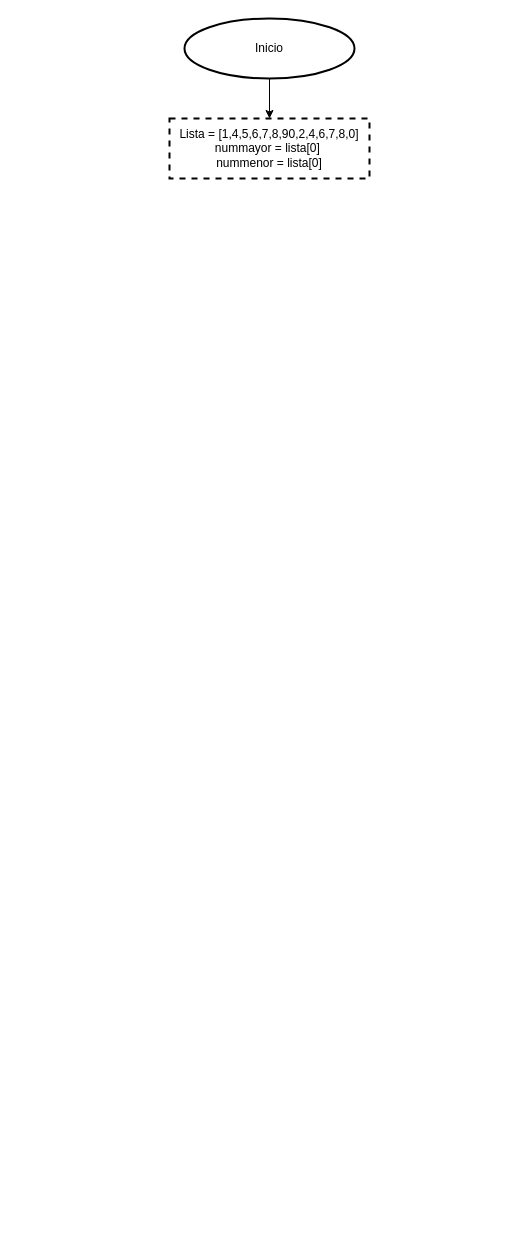
The draw.io diagram Máximo y Mínimo.drawio in Zapta123/Metodolog-a-de-la-programaci-n-, before the edit. Source tidied: cells renumbered, new cells numbered last; positions are measured from the earlier drawing's top-left corner, leaving out a move shared by most shapes. Both pictures are drawn from the tidied source at 100%, with x=0, y=0 at pixel (169, 18).
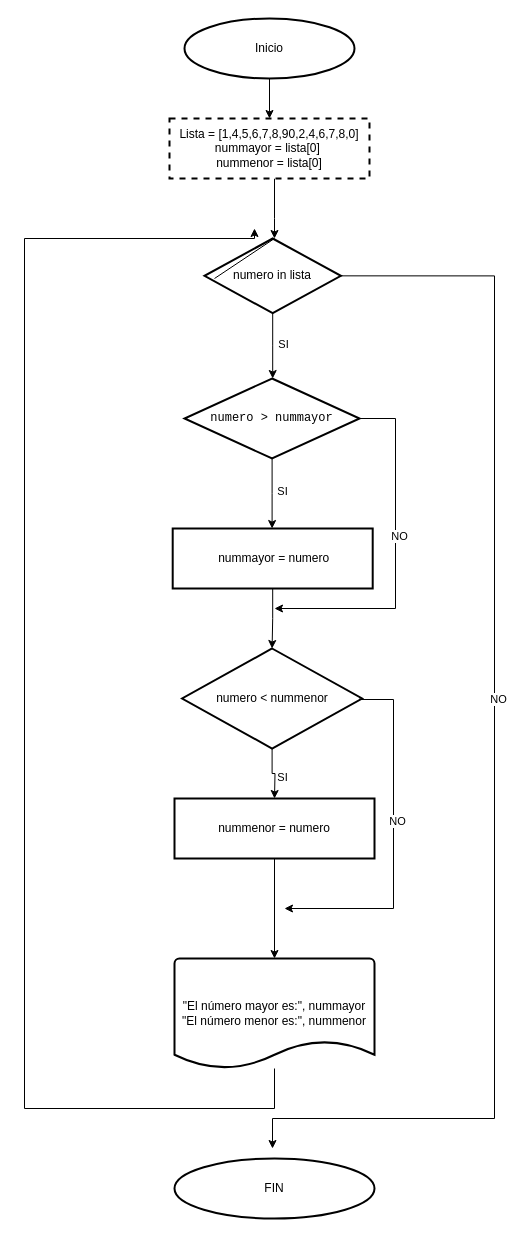
After the change.

Unchanged cells that the change refers to:
```xml
<mxCell id="4" value="Lista = [1,4,5,6,7,8,90,2,4,6,7,8,0]&lt;div&gt;nummayor = lista[0]&amp;nbsp;&lt;/div&gt;&lt;div&gt;nummenor = lista[0]&lt;/div&gt;" style="rounded=1;whiteSpace=wrap;html=1;absoluteArcSize=1;arcSize=0;strokeWidth=2;dashed=1;" parent="1" vertex="1">
  <mxGeometry y="100" width="200" height="60" as="geometry" />
</mxCell>
```

Change to the diagram source:
```diff
@@
+    <mxCell id="5" style="edgeStyle=orthogonalEdgeStyle;rounded=0;jettySize=auto;html=1;" parent="1" edge="1" source="4" target="9">
+      <mxGeometry relative="1" as="geometry">
+        <Array as="points">
+          <mxPoint x="105" y="200" />
+          <mxPoint x="105" y="200" />
+        </Array>
+      </mxGeometry>
+    </mxCell>
@@
+    <mxCell id="6" style="edgeStyle=orthogonalEdgeStyle;rounded=0;jettySize=auto;html=1;" parent="1" edge="1" source="9">
+      <mxGeometry relative="1" as="geometry">
+        <mxPoint x="103.2" y="360" as="targetPoint" />
+      </mxGeometry>
+    </mxCell>
+    <mxCell id="7" value="SI" style="edgeLabel;html=1;align=center;verticalAlign=middle;" parent="6" vertex="1">
+      <mxGeometry x="-0.57" y="-2" relative="1" as="geometry">
+        <mxPoint x="12" y="17" as="offset" />
+      </mxGeometry>
+    </mxCell>
+    <mxCell id="8" style="edgeStyle=orthogonalEdgeStyle;rounded=0;jettySize=auto;html=1;exitX=1;exitY=0.5;exitDx=0;exitDy=0;exitPerimeter=0;" parent="1" edge="1" source="9">
+      <mxGeometry relative="1" as="geometry">
+        <mxPoint x="171.4" y="257.3" as="targetPoint" />
+      </mxGeometry>
+    </mxCell>
+    <mxCell id="9" value="numero in lista" style="strokeWidth=2;html=1;shape=mxgraph.flowchart.decision;whiteSpace=wrap;" parent="1" vertex="1">
+      <mxGeometry x="35" y="220" width="136.4" height="74.7" as="geometry" />
+    </mxCell>
+    <mxCell id="10" style="edgeStyle=orthogonalEdgeStyle;rounded=0;jettySize=auto;html=1;exitX=1;exitY=0.5;exitDx=0;exitDy=0;exitPerimeter=0;" parent="1" edge="1" source="9">
+      <mxGeometry relative="1" as="geometry">
+        <mxPoint x="103" y="1130" as="targetPoint" />
+        <Array as="points">
+          <mxPoint x="325" y="257" />
+          <mxPoint x="325" y="1100" />
+          <mxPoint x="103" y="1100" />
+        </Array>
+      </mxGeometry>
+    </mxCell>
+    <mxCell id="11" value="NO" style="edgeLabel;html=1;align=center;verticalAlign=middle;" parent="10" vertex="1">
+      <mxGeometry x="-0.06" relative="1" as="geometry">
+        <mxPoint x="3" y="-10" as="offset" />
+      </mxGeometry>
+    </mxCell>
+    <mxCell id="12" style="endArrow=none;html=1;rounded=0;" parent="1" edge="1" source="9">
+      <mxGeometry relative="1" as="geometry">
+        <mxPoint x="105" y="220" as="targetPoint" />
+      </mxGeometry>
+    </mxCell>
+    <mxCell id="13" style="endArrow=none;html=1;rounded=0;" parent="1" edge="1">
+      <mxGeometry relative="1" as="geometry">
+        <mxPoint x="45" y="260" as="sourcePoint" />
+        <mxPoint x="105" y="220" as="targetPoint" />
+      </mxGeometry>
+    </mxCell>
+    <mxCell id="14" style="edgeStyle=orthogonalEdgeStyle;rounded=0;jettySize=auto;html=1;" parent="1" edge="1" source="15" target="25">
+      <mxGeometry relative="1" as="geometry" />
+    </mxCell>
+    <mxCell id="15" value="&amp;nbsp;nummayor = numero" style="rounded=1;whiteSpace=wrap;html=1;absoluteArcSize=1;arcSize=0;strokeWidth=2;" parent="1" vertex="1">
+      <mxGeometry x="3.2" y="510" width="200" height="60" as="geometry" />
+    </mxCell>
+    <mxCell id="16" style="edgeStyle=orthogonalEdgeStyle;rounded=0;jettySize=auto;html=1;" parent="1" edge="1" source="19">
+      <mxGeometry relative="1" as="geometry">
+        <mxPoint x="102.6" y="510" as="targetPoint" />
+      </mxGeometry>
+    </mxCell>
+    <mxCell id="17" value="SI" style="edgeLabel;html=1;align=center;verticalAlign=middle;" parent="16" vertex="1">
+      <mxGeometry x="-0.57" y="-2" relative="1" as="geometry">
+        <mxPoint x="12" y="17" as="offset" />
+      </mxGeometry>
+    </mxCell>
+    <mxCell id="18" style="edgeStyle=orthogonalEdgeStyle;rounded=0;jettySize=auto;html=1;exitX=1;exitY=0.5;exitDx=0;exitDy=0;exitPerimeter=0;" parent="1" edge="1" source="19">
+      <mxGeometry relative="1" as="geometry">
+        <mxPoint x="190.1" y="400" as="targetPoint" />
+      </mxGeometry>
+    </mxCell>
+    <mxCell id="19" value="&lt;pre&gt;numero &amp;gt; nummayor&lt;br&gt;&lt;/pre&gt;" style="strokeWidth=2;html=1;shape=mxgraph.flowchart.decision;whiteSpace=wrap;" parent="1" vertex="1">
+      <mxGeometry x="15" y="360" width="175.1" height="80" as="geometry" />
+    </mxCell>
+    <mxCell id="20" style="edgeStyle=orthogonalEdgeStyle;rounded=0;jettySize=auto;html=1;exitX=1;exitY=0.5;exitDx=0;exitDy=0;exitPerimeter=0;" parent="1" edge="1" source="19">
+      <mxGeometry relative="1" as="geometry">
+        <mxPoint x="105" y="590" as="targetPoint" />
+        <Array as="points">
+          <mxPoint x="226" y="400" />
+          <mxPoint x="226" y="590" />
+        </Array>
+      </mxGeometry>
+    </mxCell>
+    <mxCell id="21" value="NO" style="edgeLabel;html=1;align=center;verticalAlign=middle;" parent="20" vertex="1">
+      <mxGeometry x="-0.06" relative="1" as="geometry">
+        <mxPoint x="3" y="-10" as="offset" />
+      </mxGeometry>
+    </mxCell>
+    <mxCell id="22" style="edgeStyle=orthogonalEdgeStyle;rounded=0;jettySize=auto;html=1;" parent="1" edge="1" source="25">
+      <mxGeometry relative="1" as="geometry">
+        <mxPoint x="105" y="780" as="targetPoint" />
+      </mxGeometry>
+    </mxCell>
+    <mxCell id="23" value="SI" style="edgeLabel;html=1;align=center;verticalAlign=middle;" parent="22" vertex="1">
+      <mxGeometry x="-0.57" y="-2" relative="1" as="geometry">
+        <mxPoint x="12" y="17" as="offset" />
+      </mxGeometry>
+    </mxCell>
+    <mxCell id="24" style="edgeStyle=orthogonalEdgeStyle;rounded=0;jettySize=auto;html=1;exitX=1;exitY=0.5;exitDx=0;exitDy=0;exitPerimeter=0;" parent="1" edge="1" source="25">
+      <mxGeometry relative="1" as="geometry">
+        <mxPoint x="171.4" y="667.3" as="targetPoint" />
+      </mxGeometry>
+    </mxCell>
+    <mxCell id="25" value="numero &amp;lt; nummenor" style="strokeWidth=2;html=1;shape=mxgraph.flowchart.decision;whiteSpace=wrap;" parent="1" vertex="1">
+      <mxGeometry x="12.6" y="630" width="180" height="100" as="geometry" />
+    </mxCell>
+    <mxCell id="26" style="edgeStyle=orthogonalEdgeStyle;rounded=0;orthogonalLoop=1;jettySize=auto;html=1;exitX=1;exitY=0.5;exitDx=0;exitDy=0;exitPerimeter=0;" parent="1" edge="1">
+      <mxGeometry relative="1" as="geometry">
+        <mxPoint x="190.1" y="680" as="sourcePoint" />
+        <mxPoint x="115" y="890" as="targetPoint" />
+        <Array as="points">
+          <mxPoint x="224" y="681" />
+          <mxPoint x="224" y="890" />
+          <mxPoint x="115" y="890" />
+        </Array>
+      </mxGeometry>
+    </mxCell>
+    <mxCell id="27" value="NO" style="edgeLabel;html=1;align=center;verticalAlign=middle;" parent="26" vertex="1">
+      <mxGeometry x="-0.06" relative="1" as="geometry">
+        <mxPoint x="3" y="-10" as="offset" />
+      </mxGeometry>
+    </mxCell>
+    <mxCell id="28" style="edgeStyle=orthogonalEdgeStyle;rounded=0;orthogonalLoop=1;jettySize=auto;html=1;" parent="1" edge="1">
+      <mxGeometry relative="1" as="geometry">
+        <mxPoint x="105" y="1050" as="sourcePoint" />
+        <mxPoint x="85" y="210" as="targetPoint" />
+        <Array as="points">
+          <mxPoint x="105" y="1090" />
+          <mxPoint x="-145" y="1090" />
+          <mxPoint x="-145" y="220" />
+          <mxPoint x="85" y="220" />
+        </Array>
+      </mxGeometry>
+    </mxCell>
+    <mxCell id="29" style="edgeStyle=orthogonalEdgeStyle;rounded=0;jettySize=auto;html=1;" parent="1" edge="1" source="30" target="31">
+      <mxGeometry relative="1" as="geometry" />
+    </mxCell>
+    <mxCell id="30" value="nummenor = numero" style="rounded=1;whiteSpace=wrap;html=1;absoluteArcSize=1;arcSize=0;strokeWidth=2;" parent="1" vertex="1">
+      <mxGeometry x="5" y="780" width="200" height="60" as="geometry" />
+    </mxCell>
+    <mxCell id="31" value="&quot;El número mayor es:&quot;, nummayor&lt;div&gt;&quot;El número menor es:&quot;, nummenor&lt;/div&gt;" style="strokeWidth=2;html=1;shape=mxgraph.flowchart.document2;whiteSpace=wrap;size=0.25;" parent="1" vertex="1">
+      <mxGeometry x="5" y="940" width="200" height="110" as="geometry" />
+    </mxCell>
+    <mxCell id="32" value="FIN" style="strokeWidth=2;html=1;shape=mxgraph.flowchart.start_1;whiteSpace=wrap;" parent="1" vertex="1">
+      <mxGeometry x="5" y="1140" width="200" height="60" as="geometry" />
+    </mxCell>
```
